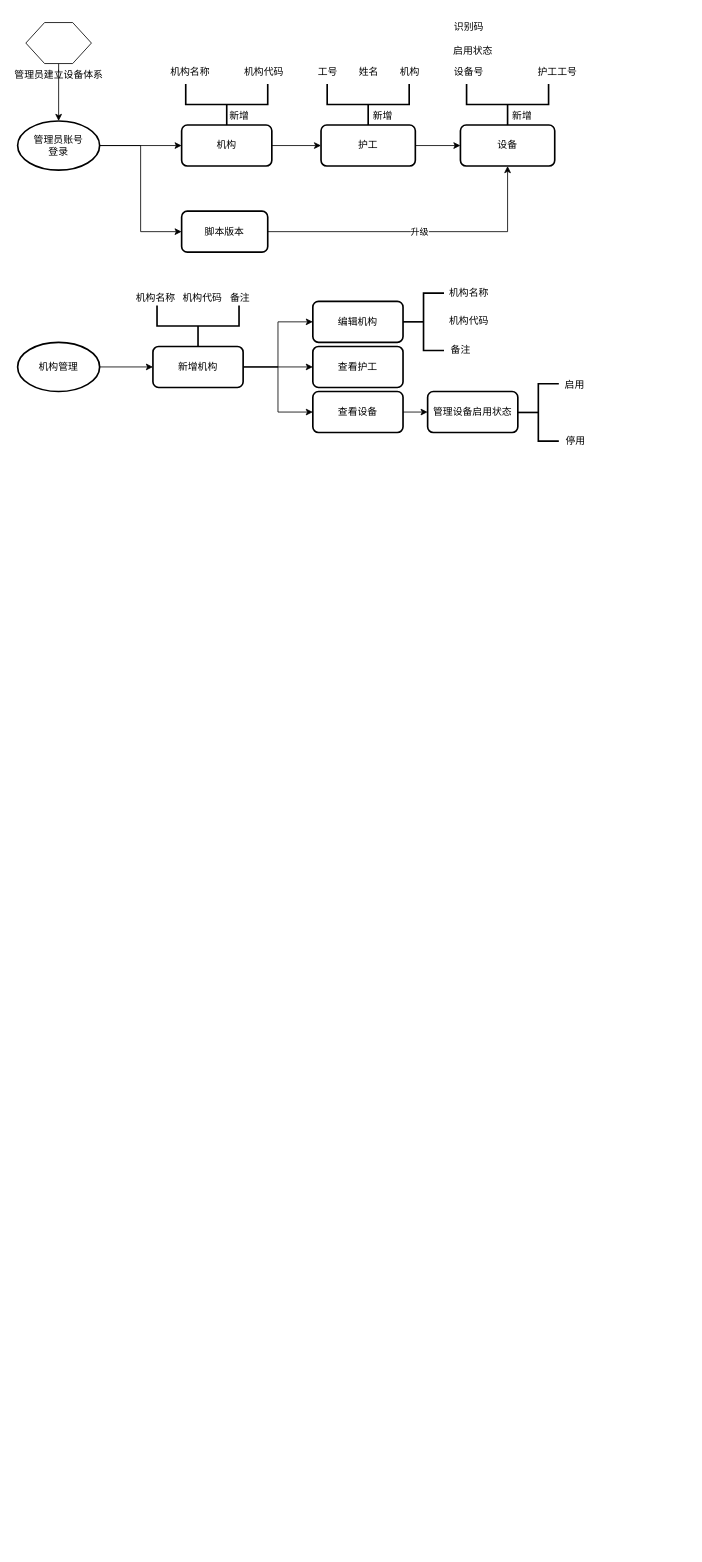
Before: 雷达.drawio in star-devil/diagramsFiles, a draw.io diagram. Source tidied: cells renumbered, new cells numbered last; positions are measured from the earlier drawing's top-left corner, leaving out a move shared by most shapes. Both pictures are drawn from the tidied source at 82%, with x=0, y=0 at pixel (17, 14).
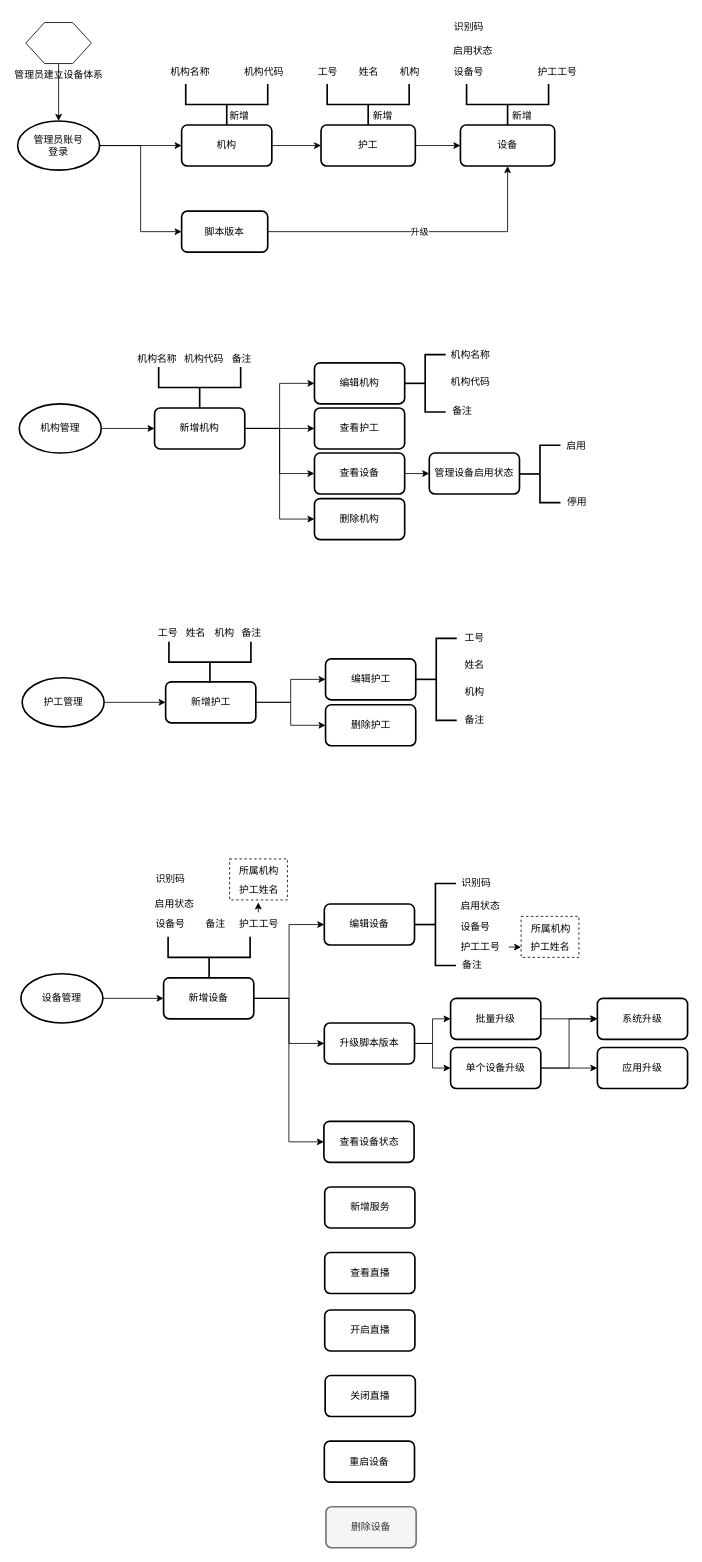
The same page after the edit.

The edit, as a diff of the source:
```diff
@@
     <mxCell id="31" value="机构管理" style="strokeWidth=2;html=1;shape=mxgraph.flowchart.start_1;whiteSpace=wrap;" parent="1" vertex="1">
-      <mxGeometry y="400" width="100" height="60" as="geometry" />
+      <mxGeometry x="2" y="475" width="100" height="60" as="geometry" />
     </mxCell>
@@
+    <mxCell id="52" style="edgeStyle=orthogonalEdgeStyle;rounded=0;jettySize=auto;html=1;exitX=1;exitY=0.5;exitDx=0;exitDy=0;entryX=0;entryY=0.5;entryDx=0;entryDy=0;" parent="1" edge="1" source="35" target="69">
+      <mxGeometry relative="1" as="geometry" />
+    </mxCell>
     <mxCell id="35" value="新增机构" style="rounded=1;whiteSpace=wrap;html=1;absoluteArcSize=1;arcSize=14;strokeWidth=2;" parent="1" vertex="1">
-      <mxGeometry x="165" y="405" width="110" height="50" as="geometry" />
+      <mxGeometry x="167" y="480" width="110" height="50" as="geometry" />
     </mxCell>
     <mxCell id="36" value="编辑机构" style="rounded=1;whiteSpace=wrap;html=1;absoluteArcSize=1;arcSize=14;strokeWidth=2;" parent="1" vertex="1">
-      <mxGeometry x="360" y="350" width="110" height="50" as="geometry" />
+      <mxGeometry x="362" y="425" width="110" height="50" as="geometry" />
     </mxCell>
     <mxCell id="37" style="strokeWidth=2;html=1;shape=mxgraph.flowchart.annotation_2;align=left;labelPosition=right;rotation=-90;" parent="1" vertex="1">
-      <mxGeometry x="195" y="330" width="50" height="100" as="geometry" />
+      <mxGeometry x="197" y="405" width="50" height="100" as="geometry" />
     </mxCell>
     <mxCell id="38" value="机构名称" style="text;html=1;align=center;verticalAlign=middle;strokeColor=none;fillColor=none;" parent="1" vertex="1">
-      <mxGeometry x="133" y="331" width="70" height="30" as="geometry" />
+      <mxGeometry x="135" y="406" width="70" height="30" as="geometry" />
     </mxCell>
     <mxCell id="39" value="机构代码" style="text;html=1;align=center;verticalAlign=middle;strokeColor=none;fillColor=none;" parent="1" vertex="1">
-      <mxGeometry x="190" y="331" width="70" height="30" as="geometry" />
+      <mxGeometry x="192" y="406" width="70" height="30" as="geometry" />
     </mxCell>
     <mxCell id="40" value="查看护工" style="rounded=1;whiteSpace=wrap;html=1;absoluteArcSize=1;arcSize=14;strokeWidth=2;" parent="1" vertex="1">
-      <mxGeometry x="360" y="405" width="110" height="50" as="geometry" />
+      <mxGeometry x="362" y="480" width="110" height="50" as="geometry" />
     </mxCell>
@@
     <mxCell id="42" value="查看设备" style="rounded=1;whiteSpace=wrap;html=1;absoluteArcSize=1;arcSize=14;strokeWidth=2;" parent="1" vertex="1">
-      <mxGeometry x="360" y="460" width="110" height="50" as="geometry" />
+      <mxGeometry x="362" y="535" width="110" height="50" as="geometry" />
     </mxCell>
     <mxCell id="43" style="strokeWidth=2;html=1;shape=mxgraph.flowchart.annotation_2;align=left;labelPosition=right;rotation=0;" parent="1" vertex="1">
-      <mxGeometry x="470" y="340" width="50" height="70" as="geometry" />
+      <mxGeometry x="472" y="415" width="50" height="70" as="geometry" />
     </mxCell>
     <mxCell id="44" value="机构名称" style="text;html=1;align=center;verticalAlign=middle;strokeColor=none;fillColor=none;" parent="1" vertex="1">
-      <mxGeometry x="515" y="325" width="70" height="30" as="geometry" />
+      <mxGeometry x="517" y="400" width="70" height="30" as="geometry" />
     </mxCell>
     <mxCell id="45" value="机构代码" style="text;html=1;align=center;verticalAlign=middle;strokeColor=none;fillColor=none;" parent="1" vertex="1">
-      <mxGeometry x="515" y="359" width="70" height="30" as="geometry" />
+      <mxGeometry x="517" y="434" width="70" height="30" as="geometry" />
     </mxCell>
     <mxCell id="46" value="备注" style="text;html=1;align=center;verticalAlign=middle;strokeColor=none;fillColor=none;" parent="1" vertex="1">
-      <mxGeometry x="246" y="331" width="50" height="30" as="geometry" />
+      <mxGeometry x="248" y="406" width="50" height="30" as="geometry" />
     </mxCell>
     <mxCell id="47" value="备注" style="text;html=1;align=center;verticalAlign=middle;strokeColor=none;fillColor=none;" parent="1" vertex="1">
-      <mxGeometry x="515" y="394" width="50" height="30" as="geometry" />
+      <mxGeometry x="517" y="469" width="50" height="30" as="geometry" />
     </mxCell>
     <mxCell id="48" value="管理设备启用状态" style="rounded=1;whiteSpace=wrap;html=1;absoluteArcSize=1;arcSize=14;strokeWidth=2;" parent="1" vertex="1">
-      <mxGeometry x="500" y="460" width="110" height="50" as="geometry" />
+      <mxGeometry x="502" y="535" width="110" height="50" as="geometry" />
     </mxCell>
     <mxCell id="49" style="strokeWidth=2;html=1;shape=mxgraph.flowchart.annotation_2;align=left;labelPosition=right;rotation=0;" parent="1" vertex="1">
-      <mxGeometry x="610" y="450.5" width="50" height="70" as="geometry" />
+      <mxGeometry x="612" y="525.5" width="50" height="70" as="geometry" />
     </mxCell>
     <mxCell id="50" value="启用" style="text;html=1;align=center;verticalAlign=middle;strokeColor=none;fillColor=none;" parent="1" vertex="1">
-      <mxGeometry x="654" y="437" width="50" height="30" as="geometry" />
+      <mxGeometry x="656" y="512" width="50" height="30" as="geometry" />
     </mxCell>
     <mxCell id="51" value="停用" style="text;html=1;align=center;verticalAlign=middle;strokeColor=none;fillColor=none;" parent="1" vertex="1">
-      <mxGeometry x="655" y="504.5" width="50" height="30" as="geometry" />
+      <mxGeometry x="657" y="579.5" width="50" height="30" as="geometry" />
     </mxCell>
+    <mxCell id="53" style="edgeStyle=orthogonalEdgeStyle;rounded=0;jettySize=auto;html=1;exitX=1;exitY=0.5;exitDx=0;exitDy=0;exitPerimeter=0;" parent="1" edge="1" source="54" target="57">
+      <mxGeometry relative="1" as="geometry" />
+    </mxCell>
+    <mxCell id="54" value="护工管理" style="strokeWidth=2;html=1;shape=mxgraph.flowchart.start_1;whiteSpace=wrap;" parent="1" vertex="1">
+      <mxGeometry x="5.5" y="809" width="100" height="60" as="geometry" />
+    </mxCell>
+    <mxCell id="55" style="edgeStyle=orthogonalEdgeStyle;rounded=0;jettySize=auto;html=1;exitX=1;exitY=0.5;exitDx=0;exitDy=0;entryX=0;entryY=0.5;entryDx=0;entryDy=0;" parent="1" edge="1" source="57" target="63">
+      <mxGeometry relative="1" as="geometry" />
+    </mxCell>
+    <mxCell id="56" style="edgeStyle=orthogonalEdgeStyle;rounded=0;jettySize=auto;html=1;exitX=1;exitY=0.5;exitDx=0;exitDy=0;entryX=0;entryY=0.5;entryDx=0;entryDy=0;" parent="1" edge="1" source="57" target="70">
+      <mxGeometry relative="1" as="geometry" />
+    </mxCell>
+    <mxCell id="57" value="新增护工" style="rounded=1;whiteSpace=wrap;html=1;absoluteArcSize=1;arcSize=14;strokeWidth=2;" parent="1" vertex="1">
+      <mxGeometry x="180.5" y="814" width="110" height="50" as="geometry" />
+    </mxCell>
+    <mxCell id="58" style="strokeWidth=2;html=1;shape=mxgraph.flowchart.annotation_2;align=left;labelPosition=right;rotation=-90;" parent="1" vertex="1">
+      <mxGeometry x="209.5" y="740" width="50" height="100" as="geometry" />
+    </mxCell>
+    <mxCell id="59" value="工号" style="text;html=1;align=center;verticalAlign=middle;strokeColor=none;fillColor=none;" parent="1" vertex="1">
+      <mxGeometry x="157.5" y="740" width="50" height="30" as="geometry" />
+    </mxCell>
+    <mxCell id="60" value="姓名" style="text;html=1;align=center;verticalAlign=middle;strokeColor=none;fillColor=none;" parent="1" vertex="1">
+      <mxGeometry x="191.5" y="740" width="50" height="30" as="geometry" />
+    </mxCell>
+    <mxCell id="61" value="机构" style="text;html=1;align=center;verticalAlign=middle;strokeColor=none;fillColor=none;" parent="1" vertex="1">
+      <mxGeometry x="226.5" y="740" width="50" height="30" as="geometry" />
+    </mxCell>
+    <mxCell id="62" value="备注" style="text;html=1;align=center;verticalAlign=middle;strokeColor=none;fillColor=none;" parent="1" vertex="1">
+      <mxGeometry x="259.5" y="740" width="50" height="30" as="geometry" />
+    </mxCell>
+    <mxCell id="63" value="编辑护工" style="rounded=1;whiteSpace=wrap;html=1;absoluteArcSize=1;arcSize=14;strokeWidth=2;" parent="1" vertex="1">
+      <mxGeometry x="375.5" y="786" width="110" height="50" as="geometry" />
+    </mxCell>
+    <mxCell id="64" style="strokeWidth=2;html=1;shape=mxgraph.flowchart.annotation_2;align=left;labelPosition=right;rotation=0;" parent="1" vertex="1">
+      <mxGeometry x="485.5" y="761" width="50" height="100" as="geometry" />
+    </mxCell>
+    <mxCell id="65" value="工号" style="text;html=1;align=center;verticalAlign=middle;strokeColor=none;fillColor=none;" parent="1" vertex="1">
+      <mxGeometry x="531.5" y="746" width="50" height="30" as="geometry" />
+    </mxCell>
+    <mxCell id="66" value="姓名" style="text;html=1;align=center;verticalAlign=middle;strokeColor=none;fillColor=none;" parent="1" vertex="1">
+      <mxGeometry x="531.5" y="778.5" width="50" height="30" as="geometry" />
+    </mxCell>
+    <mxCell id="67" value="机构" style="text;html=1;align=center;verticalAlign=middle;strokeColor=none;fillColor=none;" parent="1" vertex="1">
+      <mxGeometry x="531.5" y="811.5" width="50" height="30" as="geometry" />
+    </mxCell>
+    <mxCell id="68" value="备注" style="text;html=1;align=center;verticalAlign=middle;strokeColor=none;fillColor=none;" parent="1" vertex="1">
+      <mxGeometry x="531.5" y="846" width="50" height="30" as="geometry" />
+    </mxCell>
+    <mxCell id="69" value="删除机构" style="rounded=1;whiteSpace=wrap;html=1;absoluteArcSize=1;arcSize=14;strokeWidth=2;" parent="1" vertex="1">
+      <mxGeometry x="362" y="590.5" width="110" height="50" as="geometry" />
+    </mxCell>
+    <mxCell id="70" value="删除护工" style="rounded=1;whiteSpace=wrap;html=1;absoluteArcSize=1;arcSize=14;strokeWidth=2;" parent="1" vertex="1">
+      <mxGeometry x="375.5" y="842" width="110" height="50" as="geometry" />
+    </mxCell>
+    <mxCell id="71" style="edgeStyle=orthogonalEdgeStyle;rounded=0;jettySize=auto;html=1;exitX=1;exitY=0.5;exitDx=0;exitDy=0;exitPerimeter=0;" parent="1" edge="1" source="72" target="76">
+      <mxGeometry relative="1" as="geometry" />
+    </mxCell>
+    <mxCell id="72" value="设备管理" style="strokeWidth=2;html=1;shape=mxgraph.flowchart.start_1;whiteSpace=wrap;" parent="1" vertex="1">
+      <mxGeometry x="4" y="1170" width="100" height="60" as="geometry" />
+    </mxCell>
+    <mxCell id="73" style="edgeStyle=orthogonalEdgeStyle;rounded=0;jettySize=auto;html=1;exitX=1;exitY=0.5;exitDx=0;exitDy=0;entryX=0;entryY=0.5;entryDx=0;entryDy=0;" parent="1" edge="1" source="76" target="88">
+      <mxGeometry relative="1" as="geometry" />
+    </mxCell>
+    <mxCell id="74" style="edgeStyle=orthogonalEdgeStyle;rounded=0;jettySize=auto;html=1;exitX=1;exitY=0.5;exitDx=0;exitDy=0;entryX=0;entryY=0.5;entryDx=0;entryDy=0;" parent="1" edge="1" source="76" target="103">
+      <mxGeometry relative="1" as="geometry" />
+    </mxCell>
+    <mxCell id="75" style="edgeStyle=orthogonalEdgeStyle;rounded=0;jettySize=auto;html=1;exitX=1;exitY=0.5;exitDx=0;exitDy=0;entryX=0;entryY=0.5;entryDx=0;entryDy=0;" parent="1" edge="1" source="76" target="106">
+      <mxGeometry relative="1" as="geometry" />
+    </mxCell>
+    <mxCell id="76" value="新增设备" style="rounded=1;whiteSpace=wrap;html=1;absoluteArcSize=1;arcSize=14;strokeWidth=2;" parent="1" vertex="1">
+      <mxGeometry x="178" y="1175" width="110" height="50" as="geometry" />
+    </mxCell>
+    <mxCell id="77" style="strokeWidth=2;html=1;shape=mxgraph.flowchart.annotation_2;align=left;labelPosition=right;rotation=-90;" parent="1" vertex="1">
+      <mxGeometry x="208.5" y="1100" width="50" height="100" as="geometry" />
+    </mxCell>
+    <mxCell id="78" value="设备号" style="text;html=1;align=center;verticalAlign=middle;strokeColor=none;fillColor=none;" parent="1" vertex="1">
+      <mxGeometry x="156" y="1095" width="60" height="30" as="geometry" />
+    </mxCell>
+    <mxCell id="79" value="识别码" style="text;html=1;align=center;verticalAlign=middle;strokeColor=none;fillColor=none;" parent="1" vertex="1">
+      <mxGeometry x="156" y="1040" width="60" height="30" as="geometry" />
+    </mxCell>
+    <mxCell id="80" value="护工工号" style="text;html=1;align=center;verticalAlign=middle;points=[];strokeColor=none;fillColor=none;" parent="1" vertex="1">
+      <mxGeometry x="258.5" y="1095" width="70" height="30" as="geometry" />
+    </mxCell>
+    <mxCell id="81" value="启用状态" style="text;html=1;align=center;verticalAlign=middle;strokeColor=none;fillColor=none;" parent="1" vertex="1">
+      <mxGeometry x="156" y="1070" width="70" height="30" as="geometry" />
+    </mxCell>
+    <mxCell id="82" value="备注" style="text;html=1;align=center;verticalAlign=middle;strokeColor=none;fillColor=none;" parent="1" vertex="1">
+      <mxGeometry x="216" y="1095" width="50" height="30" as="geometry" />
+    </mxCell>
+    <mxCell id="83" style="group;" parent="1" vertex="1">
+      <mxGeometry x="258.5" y="1030" width="158" height="53" as="geometry" />
+    </mxCell>
+    <mxCell id="84" style="rounded=0;whiteSpace=wrap;html=1;fillColor=none;dashed=1;" parent="83" vertex="1">
+      <mxGeometry width="70.5" height="50" as="geometry" />
+    </mxCell>
+    <mxCell id="85" value="护工姓名" style="text;html=1;align=center;verticalAlign=middle;points=[];strokeColor=none;fillColor=none;" parent="83" vertex="1">
+      <mxGeometry y="23" width="70" height="30" as="geometry" />
+    </mxCell>
+    <mxCell id="86" value="所属机构" style="text;html=1;align=center;verticalAlign=middle;strokeColor=none;fillColor=none;" parent="83" vertex="1">
+      <mxGeometry x="0.5" width="70" height="30" as="geometry" />
+    </mxCell>
+    <mxCell id="87" style="endArrow=classic;html=1;rounded=0;" parent="1" edge="1" source="80" target="85">
+      <mxGeometry relative="1" as="geometry" />
+    </mxCell>
+    <mxCell id="88" value="编辑设备" style="rounded=1;whiteSpace=wrap;html=1;absoluteArcSize=1;arcSize=14;strokeWidth=2;" parent="1" vertex="1">
+      <mxGeometry x="374" y="1085" width="110" height="50" as="geometry" />
+    </mxCell>
+    <mxCell id="89" style="strokeWidth=2;html=1;shape=mxgraph.flowchart.annotation_2;align=left;labelPosition=right;rotation=0;" parent="1" vertex="1">
+      <mxGeometry x="484.5" y="1060" width="50" height="100" as="geometry" />
+    </mxCell>
+    <mxCell id="90" value="设备号" style="text;html=1;align=center;verticalAlign=middle;strokeColor=none;fillColor=none;" parent="1" vertex="1">
+      <mxGeometry x="528" y="1098" width="60" height="30" as="geometry" />
+    </mxCell>
+    <mxCell id="91" value="识别码" style="text;html=1;align=center;verticalAlign=middle;strokeColor=none;fillColor=none;" parent="1" vertex="1">
+      <mxGeometry x="528.5" y="1044.5" width="60" height="30" as="geometry" />
+    </mxCell>
+    <mxCell id="92" value="护工工号" style="text;html=1;align=center;verticalAlign=middle;points=[];strokeColor=none;fillColor=none;" parent="1" vertex="1">
+      <mxGeometry x="529" y="1122" width="70" height="30" as="geometry" />
+    </mxCell>
+    <mxCell id="93" value="启用状态" style="text;html=1;align=center;verticalAlign=middle;strokeColor=none;fillColor=none;" parent="1" vertex="1">
+      <mxGeometry x="529" y="1072" width="70" height="30" as="geometry" />
+    </mxCell>
+    <mxCell id="94" value="备注" style="text;html=1;align=center;verticalAlign=middle;strokeColor=none;fillColor=none;" parent="1" vertex="1">
+      <mxGeometry x="529" y="1145" width="50" height="30" as="geometry" />
+    </mxCell>
+    <mxCell id="95" style="group;" parent="1" vertex="1">
+      <mxGeometry x="610" y="900" width="158" height="53" as="geometry" />
+    </mxCell>
+    <mxCell id="96" style="rounded=0;whiteSpace=wrap;html=1;fillColor=none;dashed=1;" parent="95" vertex="1">
+      <mxGeometry x="4" y="200" width="70.5" height="50" as="geometry" />
+    </mxCell>
+    <mxCell id="97" value="护工姓名" style="text;html=1;align=center;verticalAlign=middle;points=[];strokeColor=none;fillColor=none;" parent="95" vertex="1">
+      <mxGeometry x="4" y="223" width="70" height="30" as="geometry" />
+    </mxCell>
+    <mxCell id="98" value="所属机构" style="text;html=1;align=center;verticalAlign=middle;strokeColor=none;fillColor=none;" parent="95" vertex="1">
+      <mxGeometry x="4.5" y="200" width="70" height="30" as="geometry" />
+    </mxCell>
+    <mxCell id="99" style="endArrow=classic;html=1;rounded=0;" parent="1" edge="1" source="92" target="97">
+      <mxGeometry relative="1" as="geometry" />
+    </mxCell>
+    <mxCell id="100" style="edgeStyle=orthogonalEdgeStyle;rounded=0;jettySize=auto;html=1;exitX=1;exitY=0.5;exitDx=0;exitDy=0;entryX=0;entryY=0.5;entryDx=0;entryDy=0;" parent="1" edge="1" source="113" target="104">
+      <mxGeometry relative="1" as="geometry" />
+    </mxCell>
+    <mxCell id="101" style="edgeStyle=orthogonalEdgeStyle;rounded=0;jettySize=auto;html=1;exitX=1;exitY=0.5;exitDx=0;exitDy=0;" parent="1" edge="1" source="103" target="113">
+      <mxGeometry relative="1" as="geometry" />
+    </mxCell>
+    <mxCell id="102" style="edgeStyle=orthogonalEdgeStyle;rounded=0;jettySize=auto;html=1;exitX=1;exitY=0.5;exitDx=0;exitDy=0;entryX=0;entryY=0.5;entryDx=0;entryDy=0;" parent="1" edge="1" source="103" target="116">
+      <mxGeometry relative="1" as="geometry" />
+    </mxCell>
+    <mxCell id="103" value="升级脚本版本" style="rounded=1;whiteSpace=wrap;html=1;absoluteArcSize=1;arcSize=14;strokeWidth=2;" parent="1" vertex="1">
+      <mxGeometry x="374" y="1230" width="110" height="50" as="geometry" />
+    </mxCell>
+    <mxCell id="104" value="系统升级" style="rounded=1;whiteSpace=wrap;html=1;absoluteArcSize=1;arcSize=14;strokeWidth=2;" parent="1" vertex="1">
+      <mxGeometry x="707" y="1200" width="110" height="50" as="geometry" />
+    </mxCell>
+    <mxCell id="105" value="应用升级" style="rounded=1;whiteSpace=wrap;html=1;absoluteArcSize=1;arcSize=14;strokeWidth=2;" parent="1" vertex="1">
+      <mxGeometry x="707" y="1260" width="110" height="50" as="geometry" />
+    </mxCell>
+    <mxCell id="106" value="查看设备状态" style="rounded=1;whiteSpace=wrap;html=1;absoluteArcSize=1;arcSize=14;strokeWidth=2;" parent="1" vertex="1">
+      <mxGeometry x="373.5" y="1350" width="110" height="50" as="geometry" />
+    </mxCell>
+    <mxCell id="107" value="删除设备" style="rounded=1;whiteSpace=wrap;html=1;absoluteArcSize=1;arcSize=14;strokeWidth=2;fillColor=#f5f5f5;fontColor=#333333;strokeColor=#757575;" parent="1" vertex="1">
+      <mxGeometry x="376" y="1820" width="110" height="50" as="geometry" />
+    </mxCell>
+    <mxCell id="108" value="新增服务" style="rounded=1;whiteSpace=wrap;html=1;absoluteArcSize=1;arcSize=14;strokeWidth=2;" parent="1" vertex="1">
+      <mxGeometry x="374.5" y="1430" width="110" height="50" as="geometry" />
+    </mxCell>
+    <mxCell id="109" value="查看直播" style="rounded=1;whiteSpace=wrap;html=1;absoluteArcSize=1;arcSize=14;strokeWidth=2;" parent="1" vertex="1">
+      <mxGeometry x="374.5" y="1510" width="110" height="50" as="geometry" />
+    </mxCell>
+    <mxCell id="110" value="开启直播" style="rounded=1;whiteSpace=wrap;html=1;absoluteArcSize=1;arcSize=14;strokeWidth=2;" parent="1" vertex="1">
+      <mxGeometry x="374.5" y="1580" width="110" height="50" as="geometry" />
+    </mxCell>
+    <mxCell id="111" value="关闭直播" style="rounded=1;whiteSpace=wrap;html=1;absoluteArcSize=1;arcSize=14;strokeWidth=2;" parent="1" vertex="1">
+      <mxGeometry x="375" y="1660" width="110" height="50" as="geometry" />
+    </mxCell>
+    <mxCell id="112" value="重启设备" style="rounded=1;whiteSpace=wrap;html=1;absoluteArcSize=1;arcSize=14;strokeWidth=2;" parent="1" vertex="1">
+      <mxGeometry x="374" y="1740" width="110" height="50" as="geometry" />
+    </mxCell>
+    <mxCell id="113" value="批量升级" style="rounded=1;whiteSpace=wrap;html=1;absoluteArcSize=1;arcSize=14;strokeWidth=2;" parent="1" vertex="1">
+      <mxGeometry x="528" y="1200" width="110" height="50" as="geometry" />
+    </mxCell>
+    <mxCell id="114" style="edgeStyle=orthogonalEdgeStyle;rounded=0;jettySize=auto;html=1;exitX=1;exitY=0.5;exitDx=0;exitDy=0;entryX=0;entryY=0.5;entryDx=0;entryDy=0;" parent="1" edge="1" source="116" target="104">
+      <mxGeometry relative="1" as="geometry" />
+    </mxCell>
+    <mxCell id="115" style="edgeStyle=orthogonalEdgeStyle;rounded=0;jettySize=auto;html=1;exitX=1;exitY=0.5;exitDx=0;exitDy=0;entryX=0;entryY=0.5;entryDx=0;entryDy=0;" parent="1" edge="1" source="116" target="105">
+      <mxGeometry relative="1" as="geometry" />
+    </mxCell>
+    <mxCell id="116" value="单个设备升级" style="rounded=1;whiteSpace=wrap;html=1;absoluteArcSize=1;arcSize=14;strokeWidth=2;" parent="1" vertex="1">
+      <mxGeometry x="528" y="1260" width="110" height="50" as="geometry" />
+    </mxCell>
```
